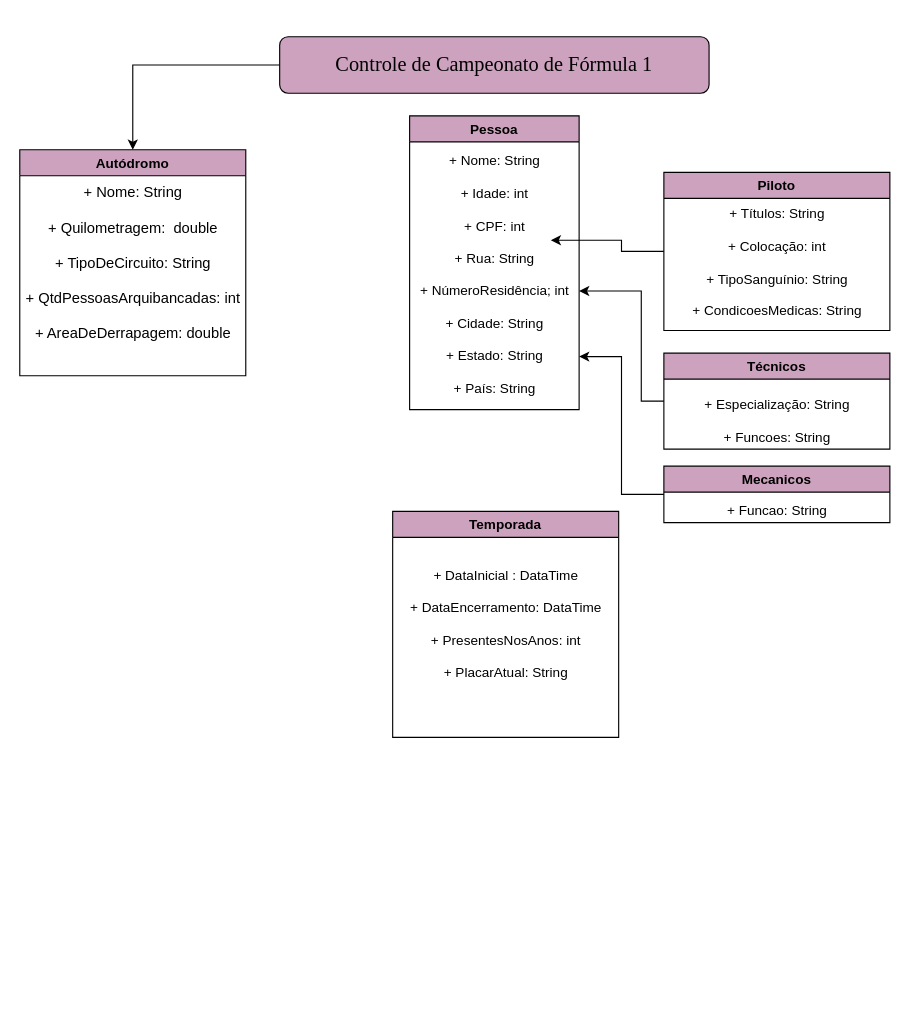
Earlier version of the draw.io diagram Untitled Diagram.drawio (claralsp/fail). Source tidied: cells renumbered, new cells numbered last; positions are measured from the earlier drawing's top-left corner, leaving out a move shared by most shapes. Both pictures are drawn from the tidied source at 113%, with x=0, y=0 at pixel (19, 36).
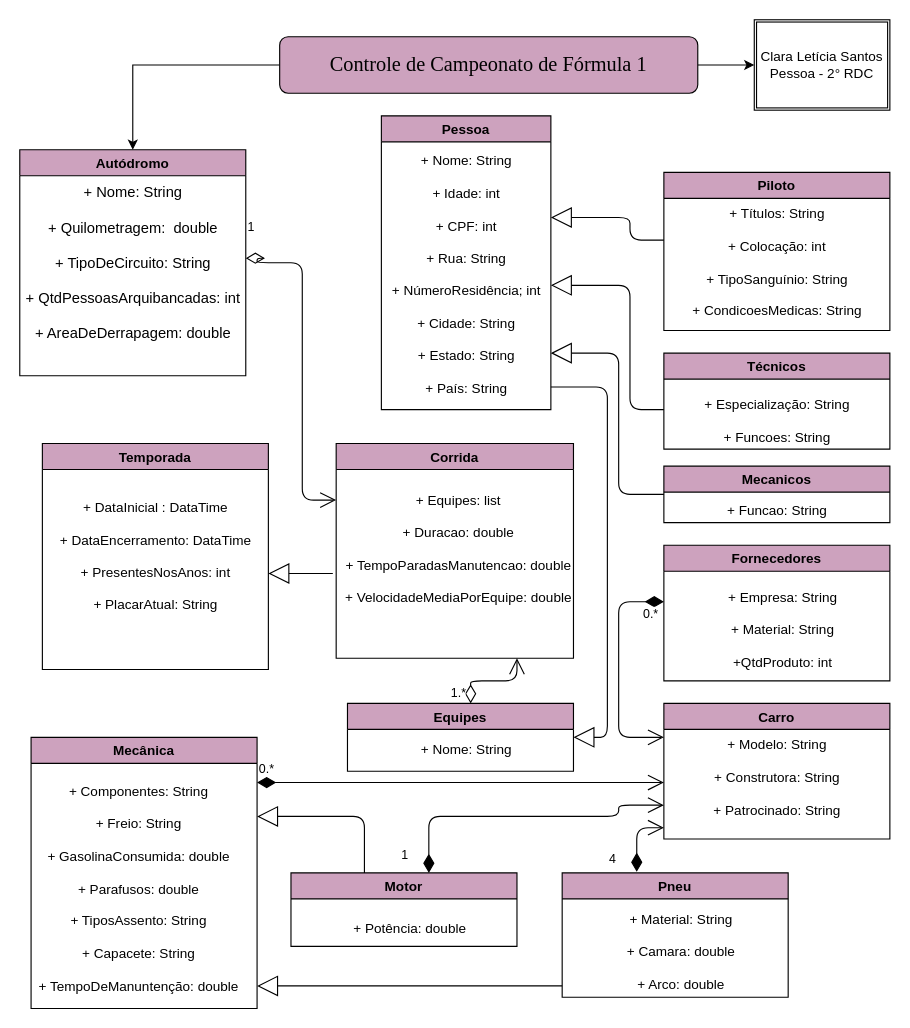
The same page after the edit.

Unchanged cells that the change refers to:
```xml
<mxCell id="5" value="&lt;div style=&quot;font-size: 13px&quot;&gt;&lt;font style=&quot;font-size: 13px&quot;&gt;+ Nome: String&lt;br&gt;&lt;/font&gt;&lt;/div&gt;&lt;div style=&quot;font-size: 13px&quot;&gt;&lt;font style=&quot;font-size: 13px&quot;&gt;&lt;br&gt;&lt;/font&gt;&lt;/div&gt;&lt;div style=&quot;font-size: 13px&quot;&gt;&lt;font style=&quot;font-size: 13px&quot;&gt;+ Quilometragem:&amp;nbsp; double&lt;/font&gt;&lt;/div&gt;&lt;div style=&quot;font-size: 13px&quot;&gt;&lt;font style=&quot;font-size: 13px&quot;&gt;&lt;br&gt;&lt;/font&gt;&lt;/div&gt;&lt;div style=&quot;font-size: 13px&quot;&gt;&lt;font style=&quot;font-size: 13px&quot;&gt;+ TipoDeCircuito: String&lt;/font&gt;&lt;/div&gt;&lt;div style=&quot;font-size: 13px&quot;&gt;&lt;font style=&quot;font-size: 13px&quot;&gt;&lt;br&gt;&lt;/font&gt;&lt;/div&gt;&lt;div style=&quot;font-size: 13px&quot;&gt;&lt;font style=&quot;font-size: 13px&quot;&gt;+ QtdPessoasArquibancadas: int&lt;/font&gt;&lt;/div&gt;&lt;div style=&quot;font-size: 13px&quot;&gt;&lt;font style=&quot;font-size: 13px&quot;&gt;&lt;br&gt;&lt;/font&gt;&lt;/div&gt;&lt;div style=&quot;font-size: 13px&quot;&gt;&lt;font style=&quot;font-size: 13px&quot;&gt;+ AreaDeDerrapagem: double&lt;br&gt;&lt;/font&gt;&lt;/div&gt;" style="text;html=1;align=center;verticalAlign=middle;points=[];" parent="4" vertex="1">
  <mxGeometry y="35" width="200" height="130" as="geometry" />
</mxCell>
<mxCell id="9" value="Piloto" style="swimlane;fillColor=#CDA2BE;" parent="1" vertex="1">
  <mxGeometry x="570" y="120" width="200" height="140" as="geometry" />
</mxCell>
<mxCell id="12" value="&lt;div&gt;+ Nome: String&lt;/div&gt;&lt;div&gt;&lt;br&gt;&lt;/div&gt;&lt;div&gt;+ Idade: int&lt;/div&gt;&lt;div&gt;&lt;br&gt;&lt;/div&gt;&lt;div&gt;+ CPF: int&lt;/div&gt;&lt;div&gt;&lt;br&gt;&lt;/div&gt;&lt;div&gt;+ Rua: String&lt;/div&gt;&lt;div&gt;&lt;br&gt;&lt;/div&gt;&lt;div&gt;+ NúmeroResidência; int&lt;/div&gt;&lt;div&gt;&lt;br&gt;&lt;/div&gt;&lt;div&gt;+ Cidade: String&lt;/div&gt;&lt;div&gt;&lt;br&gt;&lt;/div&gt;&lt;div&gt;+ Estado: String&lt;/div&gt;&lt;div&gt;&lt;br&gt;&lt;/div&gt;&lt;div&gt;+ País: String&lt;br&gt;&lt;/div&gt;&lt;div&gt;&lt;br&gt;&lt;/div&gt;&lt;div&gt;&lt;br&gt;&lt;/div&gt;" style="text;html=1;align=center;verticalAlign=middle;points=[];" parent="11" vertex="1">
  <mxGeometry y="35" width="150" height="240" as="geometry" />
</mxCell>
<mxCell id="14" value="Técnicos" style="swimlane;fillColor=#CDA2BE;" parent="1" vertex="1">
  <mxGeometry x="570" y="280" width="200" height="85" as="geometry" />
</mxCell>
<mxCell id="17" value="Mecanicos" style="swimlane;fillColor=#CDA2BE;" parent="1" vertex="1">
  <mxGeometry x="570" y="380" width="200" height="50" as="geometry" />
</mxCell>
```

What changed in the source:
```diff
@@
+    <mxCell id="19" style="edgeStyle=orthogonalEdgeStyle;rounded=0;jettySize=auto;html=1;" parent="1" edge="1" source="3">
+      <mxGeometry relative="1" as="geometry">
+        <mxPoint x="650" y="25" as="targetPoint" />
+      </mxGeometry>
+    </mxCell>
     <mxCell id="3" value="&lt;h2&gt;&lt;font face=&quot;Garamond&quot;&gt;&lt;span style=&quot;font-weight: normal&quot;&gt;Controle de Campeonato de Fórmula 1&lt;/span&gt;&lt;/font&gt;&lt;/h2&gt;" style="rounded=1;whiteSpace=wrap;html=1;fillColor=#CDA2BE;" parent="1" vertex="1">
-      <mxGeometry x="230" width="380" height="50" as="geometry" />
+      <mxGeometry x="230" width="370" height="50" as="geometry" />
     </mxCell>
@@
     <mxCell id="6" value="Temporada" style="swimlane;fillColor=#CDA2BE;" parent="1" vertex="1">
-      <mxGeometry x="330" y="420" width="200" height="200" as="geometry" />
+      <mxGeometry x="20" y="360" width="200" height="200" as="geometry" />
     </mxCell>
@@
-    <mxCell id="8" style="edgeStyle=orthogonalEdgeStyle;rounded=0;jettySize=auto;html=1;exitX=0;exitY=0.5;exitDx=0;exitDy=0;entryX=0.833;entryY=0.313;entryDx=0;entryDy=0;entryPerimeter=0;" parent="1" edge="1" source="9" target="12">
-      <mxGeometry relative="1" as="geometry" />
-    </mxCell>
@@
     <mxCell id="11" value="Pessoa" style="swimlane;fillColor=#CDA2BE;" parent="1" vertex="1">
-      <mxGeometry x="345" y="70" width="150" height="260" as="geometry" />
+      <mxGeometry x="320" y="70" width="150" height="260" as="geometry" />
     </mxCell>
@@
-    <mxCell id="13" style="edgeStyle=orthogonalEdgeStyle;rounded=0;jettySize=auto;html=1;exitX=0;exitY=0.5;exitDx=0;exitDy=0;" parent="1" edge="1" source="14" target="12">
-      <mxGeometry relative="1" as="geometry">
-        <Array as="points">
-          <mxPoint x="550" y="323" />
-          <mxPoint x="550" y="225" />
-        </Array>
-      </mxGeometry>
-    </mxCell>
@@
-    <mxCell id="16" style="edgeStyle=orthogonalEdgeStyle;rounded=0;jettySize=auto;html=1;entryX=1;entryY=0.742;entryDx=0;entryDy=0;entryPerimeter=0;" parent="1" edge="1" source="17" target="12">
-      <mxGeometry relative="1" as="geometry" />
-    </mxCell>
@@
+    <mxCell id="20" value="Equipes" style="swimlane;fillColor=#CDA2BE;startSize=23;" parent="1" vertex="1">
+      <mxGeometry x="290" y="590" width="200" height="60" as="geometry" />
+    </mxCell>
+    <mxCell id="21" value="&lt;div&gt;+ Nome: String&lt;/div&gt;&lt;div&gt;&lt;br&gt;&lt;/div&gt;&lt;div&gt;&lt;br&gt;&lt;/div&gt;" style="text;html=1;align=center;verticalAlign=middle;" parent="20" vertex="1">
+      <mxGeometry x="55" y="30" width="100" height="50" as="geometry" />
+    </mxCell>
+    <mxCell id="22" value="Fornecedores" style="swimlane;fillColor=#CDA2BE;" parent="1" vertex="1">
+      <mxGeometry x="570" y="450" width="200" height="120" as="geometry" />
+    </mxCell>
+    <mxCell id="23" value="&lt;div&gt;+ Empresa: String&lt;/div&gt;&lt;div&gt;&lt;br&gt;&lt;/div&gt;&lt;div&gt;+ Material: String&lt;/div&gt;&lt;div&gt;&lt;br&gt;&lt;/div&gt;&lt;div&gt;+QtdProduto: int&lt;br&gt;&lt;/div&gt;" style="text;html=1;align=center;verticalAlign=middle;" parent="22" vertex="1">
+      <mxGeometry x="50" y="35" width="110" height="80" as="geometry" />
+    </mxCell>
+    <mxCell id="24" value="0.*" style="endArrow=open;html=1;endSize=12;startArrow=diamondThin;startSize=14;startFill=1;edgeStyle=orthogonalEdgeStyle;align=left;verticalAlign=bottom;entryX=0;entryY=0.25;entryDx=0;entryDy=0;" parent="22" edge="1" target="25">
+      <mxGeometry x="-0.4" y="20" relative="1" as="geometry">
+        <mxPoint y="50" as="sourcePoint" />
+        <Array as="points">
+          <mxPoint x="-40" y="170" />
+        </Array>
+      </mxGeometry>
+    </mxCell>
+    <mxCell id="25" value="Carro" style="swimlane;fillColor=#CDA2BE;" parent="1" vertex="1">
+      <mxGeometry x="570" y="590" width="200" height="120" as="geometry" />
+    </mxCell>
+    <mxCell id="26" value="&lt;div&gt;+ Modelo: String&lt;/div&gt;&lt;div&gt;&lt;br&gt;&lt;/div&gt;&lt;div&gt;+ Construtora: String&lt;/div&gt;&lt;div&gt;&lt;br&gt;&lt;/div&gt;&lt;div&gt;+ Patrocinado: String&lt;/div&gt;&lt;div&gt;&lt;br&gt;&lt;/div&gt;&lt;div&gt;&lt;br&gt;&lt;/div&gt;" style="text;html=1;align=center;verticalAlign=middle;" parent="25" vertex="1">
+      <mxGeometry x="35" y="30" width="130" height="100" as="geometry" />
+    </mxCell>
+    <mxCell id="27" value="4" style="endArrow=open;html=1;endSize=12;startArrow=diamondThin;startSize=14;startFill=1;edgeStyle=orthogonalEdgeStyle;align=left;verticalAlign=bottom;exitX=0.33;exitY=-0.009;exitDx=0;exitDy=0;exitPerimeter=0;" parent="25" edge="1" source="34">
+      <mxGeometry x="-0.95" y="26" relative="1" as="geometry">
+        <mxPoint y="110" as="targetPoint" />
+        <Array as="points">
+          <mxPoint x="-24" y="110" />
+        </Array>
+      </mxGeometry>
+    </mxCell>
+    <mxCell id="28" value="Mecânica" style="swimlane;fillColor=#CDA2BE;" parent="1" vertex="1">
+      <mxGeometry x="10" y="620" width="200" height="240" as="geometry" />
+    </mxCell>
+    <mxCell id="29" value="&lt;br&gt;&lt;div&gt;&lt;br&gt;&lt;/div&gt;&lt;div&gt;+ Componentes: String&lt;/div&gt;&lt;div&gt;&lt;br&gt;&lt;/div&gt;&lt;div&gt;+ Freio: String&lt;/div&gt;&lt;div&gt;&lt;br&gt;&lt;/div&gt;&lt;div&gt;+ GasolinaConsumida: double&lt;/div&gt;&lt;div&gt;&lt;br&gt;&lt;/div&gt;&lt;div&gt;+ Parafusos: double&lt;/div&gt;&lt;div&gt;&lt;br&gt;&lt;/div&gt;&lt;div&gt;+ TiposAssento: String&lt;/div&gt;&lt;div&gt;&lt;br&gt;&lt;/div&gt;&lt;div&gt;+ Capacete: String&lt;/div&gt;&lt;div&gt;&lt;br&gt;&lt;/div&gt;&lt;div&gt;+ TempoDeManuntenção: double&lt;br&gt;&lt;/div&gt;" style="text;html=1;align=center;verticalAlign=middle;" parent="28" vertex="1">
+      <mxGeometry y="10" width="190" height="220" as="geometry" />
+    </mxCell>
+    <mxCell id="30" value="Corrida" style="swimlane;fillColor=#CDA2BE;" parent="1" vertex="1">
+      <mxGeometry x="280" y="360" width="210" height="190" as="geometry" />
+    </mxCell>
+    <mxCell id="31" value="&lt;div&gt;+ Equipes: list&lt;br&gt;&lt;/div&gt;&lt;div&gt;&lt;br&gt;&lt;/div&gt;&lt;div&gt;+ Duracao: double&lt;/div&gt;&lt;div&gt;&lt;br&gt;&lt;/div&gt;&lt;div&gt;+ TempoParadasManutencao: double &lt;br&gt;&lt;/div&gt;&lt;div&gt;&lt;br&gt;&lt;/div&gt;&lt;div&gt;+ VelocidadeMediaPorEquipe: double&lt;/div&gt;&lt;div&gt;&lt;br&gt;&lt;/div&gt;&lt;br&gt;&lt;div&gt;&lt;br&gt;&lt;/div&gt;" style="text;html=1;align=center;verticalAlign=middle;points=[];" parent="30" vertex="1">
+      <mxGeometry x="-2.5" y="40" width="220" height="150" as="geometry" />
+    </mxCell>
+    <mxCell id="32" value="Motor" style="swimlane;fillColor=#CDA2BE;startSize=23;" parent="1" vertex="1">
+      <mxGeometry x="240" y="740" width="200" height="65" as="geometry" />
+    </mxCell>
+    <mxCell id="33" value="+ Potência: double" style="text;html=1;align=center;verticalAlign=middle;" parent="32" vertex="1">
+      <mxGeometry x="50" y="40" width="110" height="20" as="geometry" />
+    </mxCell>
+    <mxCell id="34" value="Pneu" style="swimlane;fillColor=#CDA2BE;startSize=23;" parent="1" vertex="1">
+      <mxGeometry x="480" y="740" width="200" height="110" as="geometry" />
+    </mxCell>
+    <mxCell id="35" value="&lt;div&gt;+ Material: String&lt;/div&gt;&lt;div&gt;&lt;br&gt;&lt;/div&gt;&lt;div&gt;+ Camara: double&lt;/div&gt;&lt;div&gt;&lt;br&gt;&lt;/div&gt;&lt;div&gt;+ Arco: double&lt;br&gt;&lt;/div&gt;" style="text;html=1;align=center;verticalAlign=middle;" parent="34" vertex="1">
+      <mxGeometry x="50" y="30" width="110" height="80" as="geometry" />
+    </mxCell>
+    <mxCell id="36" value="0.*" style="endArrow=open;html=1;endSize=12;startArrow=diamondThin;startSize=14;startFill=1;edgeStyle=orthogonalEdgeStyle;align=left;verticalAlign=bottom;" parent="1" edge="1">
+      <mxGeometry x="-1" y="3" relative="1" as="geometry">
+        <mxPoint x="210" y="660" as="sourcePoint" />
+        <mxPoint x="570" y="660" as="targetPoint" />
+      </mxGeometry>
+    </mxCell>
+    <mxCell id="37" value="1" style="endArrow=open;html=1;endSize=12;startArrow=diamondThin;startSize=14;startFill=1;edgeStyle=orthogonalEdgeStyle;align=left;verticalAlign=bottom;exitX=0.33;exitY=-0.009;exitDx=0;exitDy=0;exitPerimeter=0;entryX=0;entryY=0.75;entryDx=0;entryDy=0;" parent="1" edge="1" target="25">
+      <mxGeometry x="-0.95" y="26" relative="1" as="geometry">
+        <mxPoint x="362" y="740" as="sourcePoint" />
+        <Array as="points">
+          <mxPoint x="362" y="690" />
+          <mxPoint x="530" y="690" />
+          <mxPoint x="530" y="680" />
+        </Array>
+      </mxGeometry>
+    </mxCell>
+    <mxCell id="38" style="endArrow=block;endSize=16;endFill=0;html=1;" parent="1" edge="1">
+      <mxGeometry relative="1" as="geometry">
+        <mxPoint x="480" y="840" as="sourcePoint" />
+        <mxPoint x="210" y="840" as="targetPoint" />
+      </mxGeometry>
+    </mxCell>
+    <mxCell id="39" style="endArrow=block;endSize=16;endFill=0;html=1;exitX=0.325;exitY=0;exitDx=0;exitDy=0;exitPerimeter=0;" parent="1" edge="1" source="32">
+      <mxGeometry relative="1" as="geometry">
+        <mxPoint x="210" y="690" as="targetPoint" />
+        <Array as="points">
+          <mxPoint x="305" y="690" />
+        </Array>
+      </mxGeometry>
+    </mxCell>
+    <mxCell id="40" style="endArrow=block;endSize=16;endFill=0;html=1;" parent="1" edge="1">
+      <mxGeometry relative="1" as="geometry">
+        <mxPoint x="570" y="180" as="sourcePoint" />
+        <mxPoint x="470" y="160" as="targetPoint" />
+        <Array as="points">
+          <mxPoint x="540" y="180" />
+          <mxPoint x="540" y="160" />
+        </Array>
+      </mxGeometry>
+    </mxCell>
+    <mxCell id="41" style="endArrow=block;endSize=16;endFill=0;html=1;" parent="1" edge="1">
+      <mxGeometry relative="1" as="geometry">
+        <mxPoint x="570" y="330" as="sourcePoint" />
+        <mxPoint x="470" y="220" as="targetPoint" />
+        <Array as="points">
+          <mxPoint x="540" y="330" />
+          <mxPoint x="540" y="220" />
+        </Array>
+      </mxGeometry>
+    </mxCell>
+    <mxCell id="42" style="endArrow=block;endSize=16;endFill=0;html=1;exitX=0;exitY=0.5;exitDx=0;exitDy=0;" parent="1" edge="1" source="17">
+      <mxGeometry relative="1" as="geometry">
+        <mxPoint x="470" y="280" as="targetPoint" />
+        <Array as="points">
+          <mxPoint x="530" y="405" />
+          <mxPoint x="530" y="310" />
+          <mxPoint x="530" y="280" />
+        </Array>
+      </mxGeometry>
+    </mxCell>
+    <mxCell id="43" value="1.*" style="endArrow=open;html=1;endSize=12;startArrow=diamondThin;startSize=14;startFill=0;edgeStyle=orthogonalEdgeStyle;align=left;verticalAlign=bottom;" parent="1" edge="1" source="20">
+      <mxGeometry x="-1" y="19" relative="1" as="geometry">
+        <mxPoint x="440" y="550" as="targetPoint" />
+        <Array as="points">
+          <mxPoint x="399" y="570" />
+          <mxPoint x="440" y="570" />
+        </Array>
+      </mxGeometry>
+    </mxCell>
+    <mxCell id="44" style="endArrow=block;endSize=16;endFill=0;html=1;" parent="1" edge="1">
+      <mxGeometry relative="1" as="geometry">
+        <mxPoint x="270" y="475" as="sourcePoint" />
+        <mxPoint x="220" y="475" as="targetPoint" />
+        <Array as="points">
+          <mxPoint x="280" y="475" />
+        </Array>
+      </mxGeometry>
+    </mxCell>
+    <mxCell id="45" value="1" style="endArrow=open;html=1;endSize=12;startArrow=diamondThin;startSize=14;startFill=0;edgeStyle=orthogonalEdgeStyle;align=left;verticalAlign=bottom;exitX=1;exitY=0.469;exitDx=0;exitDy=0;exitPerimeter=0;entryX=0.011;entryY=0.067;entryDx=0;entryDy=0;entryPerimeter=0;" parent="1" edge="1" source="5" target="31">
+      <mxGeometry x="-1" y="19" relative="1" as="geometry">
+        <Array as="points">
+          <mxPoint x="210" y="196" />
+          <mxPoint x="210" y="200" />
+          <mxPoint x="250" y="200" />
+          <mxPoint x="250" y="410" />
+        </Array>
+      </mxGeometry>
+    </mxCell>
+    <mxCell id="46" style="endArrow=block;endSize=16;endFill=0;html=1;" parent="1" edge="1">
+      <mxGeometry relative="1" as="geometry">
+        <mxPoint x="470" y="310" as="sourcePoint" />
+        <mxPoint x="490" y="620" as="targetPoint" />
+        <Array as="points">
+          <mxPoint x="520" y="310" />
+          <mxPoint x="520" y="620" />
+        </Array>
+      </mxGeometry>
+    </mxCell>
+    <mxCell id="47" value="Clara Letícia Santos Pessoa - 2° RDC" style="shape=ext;double=1;rounded=0;whiteSpace=wrap;html=1;" parent="1" vertex="1">
+      <mxGeometry x="650" y="-15" width="120" height="80" as="geometry" />
+    </mxCell>
```
